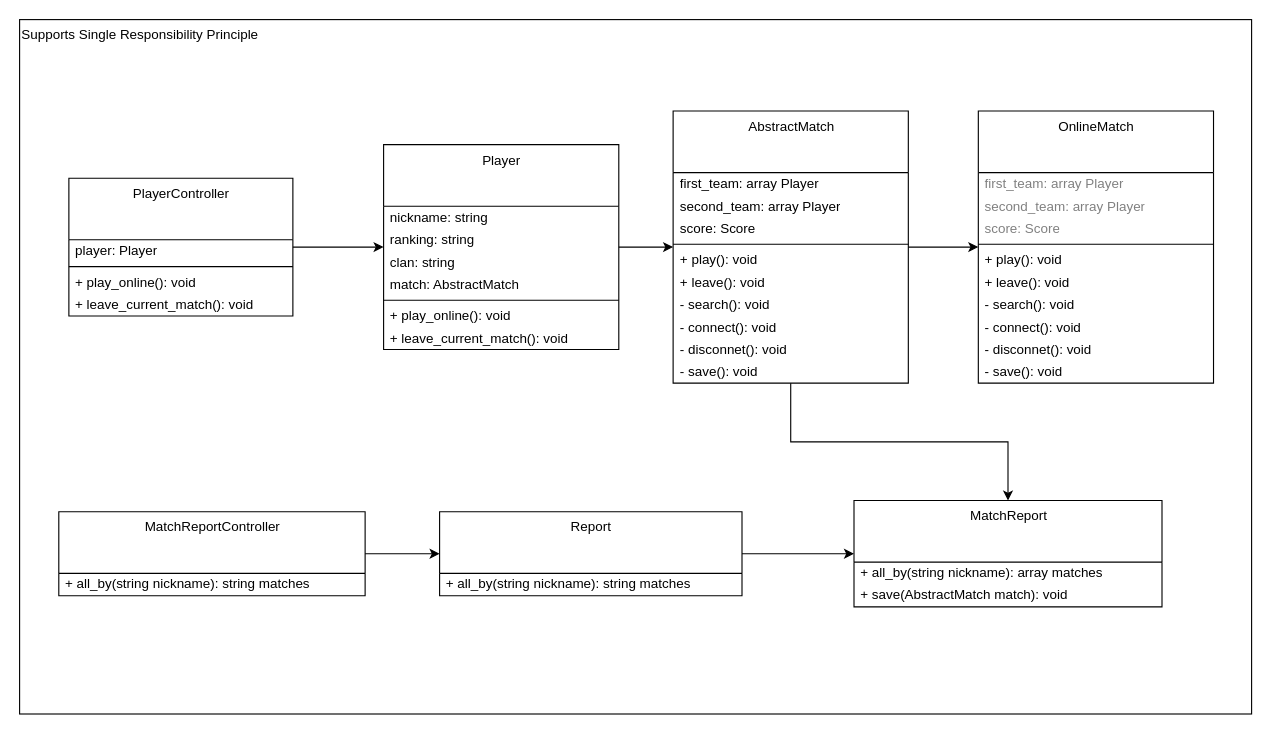
GabrielSlima/blog keeps this draw.io diagram as page "SRP" (5 of 9) of images/clean-code-clean-classes/clean-classes.drawio. Above is the earlier version. Source tidied: cells renumbered, new cells numbered last; positions are measured from the earlier drawing's top-left corner, leaving out a move shared by most shapes. Both pictures are drawn from the tidied source at 112%, with x=0, y=0 at pixel (19, 19).
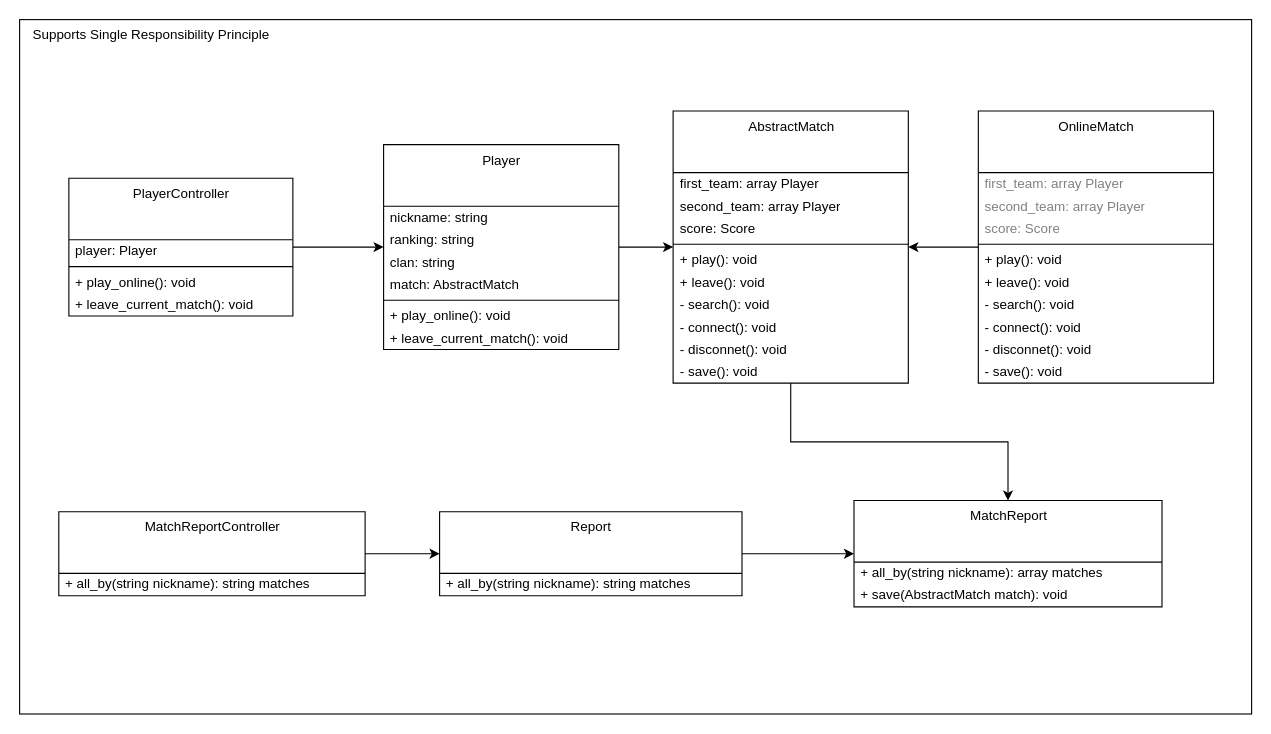
After the change.

Unchanged cells that the change refers to:
```xml
<mxCell id="21" value="OnlineMatch" style="swimlane;fontStyle=0;align=center;verticalAlign=top;horizontal=1;startSize=55;html=1;fillColor=none;" parent="1" vertex="1">
  <mxGeometry x="856" y="81.6" width="210" height="243" as="geometry" />
</mxCell>
<mxCell id="34" value="AbstractMatch" style="swimlane;fontStyle=0;align=center;verticalAlign=top;horizontal=1;startSize=55;html=1;fillColor=none;" parent="1" vertex="1">
  <mxGeometry x="583.5" y="81.6" width="210" height="243" as="geometry" />
</mxCell>
```

What changed in the source:
```diff
@@
-    <mxCell id="2" value="Supports Single Responsibility Principle" style="rounded=0;whiteSpace=wrap;html=1;fillColor=none;align=left;verticalAlign=top;" parent="1" vertex="1">
+    <mxCell id="2" value="Supports Single Responsibility Principle" style="rounded=0;whiteSpace=wrap;html=1;fillColor=none;align=left;verticalAlign=top;spacingLeft=10;" parent="1" vertex="1">
       <mxGeometry width="1100" height="620" as="geometry" />
     </mxCell>
@@
+    <mxCell id="51" style="edgeStyle=orthogonalEdgeStyle;rounded=0;jettySize=auto;html=1;" parent="1" edge="1" source="21" target="34">
+      <mxGeometry relative="1" as="geometry" />
+    </mxCell>
@@
-    <mxCell id="32" style="edgeStyle=orthogonalEdgeStyle;rounded=0;jettySize=auto;html=1;" parent="1" edge="1" source="34" target="21">
-      <mxGeometry relative="1" as="geometry" />
-    </mxCell>
```
